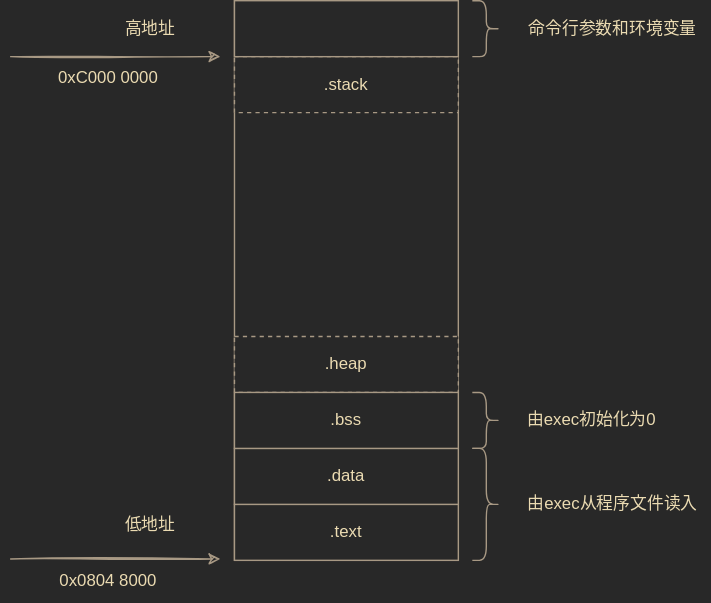
oliverdding/images keeps this draw.io diagram as binary-structure-of-c-program.drawio.svg. Above is the earlier version. Source tidied: cells renumbered, new cells last; positions are measured from the earlier drawing's top-left corner, leaving out a move shared by most shapes. Its diagram source:
```xml
<mxGraphModel background="#282828">
  <root>
    <mxCell id="0" />
    <mxCell id="1" parent="0" />
    <mxCell id="2" style="rounded=0;whiteSpace=wrap;html=1;sketch=0;fillColor=#282828;fillStyle=solid;strokeColor=#A89984;fontColor=#EBDBB2;" parent="1" vertex="1">
      <mxGeometry x="160" width="160" height="400" as="geometry" />
    </mxCell>
    <mxCell id="3" value=".stack" style="rounded=0;whiteSpace=wrap;html=1;sketch=0;fillStyle=solid;strokeColor=#A89984;fillColor=#282828;dashed=1;fontColor=#EBDBB2;" parent="1" vertex="1">
      <mxGeometry x="160" y="40" width="160" height="40" as="geometry" />
    </mxCell>
    <mxCell id="4" value=".text" style="rounded=0;whiteSpace=wrap;html=1;sketch=0;fillStyle=solid;strokeColor=#A89984;fillColor=#282828;fontColor=#EBDBB2;" parent="1" vertex="1">
      <mxGeometry x="160" y="360" width="160" height="40" as="geometry" />
    </mxCell>
    <mxCell id="5" value=".data" style="rounded=0;whiteSpace=wrap;html=1;sketch=0;fillStyle=solid;strokeColor=#A89984;fillColor=#282828;fontColor=#EBDBB2;" parent="1" vertex="1">
      <mxGeometry x="160" y="320" width="160" height="40" as="geometry" />
    </mxCell>
    <mxCell id="6" value=".heap" style="rounded=0;whiteSpace=wrap;html=1;sketch=0;fillStyle=solid;strokeColor=#A89984;fillColor=#282828;dashed=1;fontColor=#EBDBB2;" parent="1" vertex="1">
      <mxGeometry x="160" y="240" width="160" height="40" as="geometry" />
    </mxCell>
    <mxCell id="7" style="rounded=0;whiteSpace=wrap;html=1;sketch=0;fillStyle=solid;strokeColor=#A89984;fillColor=#282828;fontColor=#EBDBB2;" parent="1" vertex="1">
      <mxGeometry x="160" width="160" height="40" as="geometry" />
    </mxCell>
    <mxCell id="8" value=".bss" style="rounded=0;whiteSpace=wrap;html=1;sketch=0;fillStyle=solid;strokeColor=#A89984;fillColor=#282828;fontColor=#EBDBB2;" parent="1" vertex="1">
      <mxGeometry x="160" y="280" width="160" height="40" as="geometry" />
    </mxCell>
    <mxCell id="9" style="endArrow=classic;html=1;rounded=0;sketch=1;fontColor=#EBDBB2;labelBackgroundColor=none;strokeColor=#A89984;" parent="1" edge="1">
      <mxGeometry relative="1" as="geometry">
        <mxPoint y="40" as="sourcePoint" />
        <mxPoint x="150" y="40" as="targetPoint" />
      </mxGeometry>
    </mxCell>
    <mxCell id="10" style="endArrow=classic;html=1;rounded=0;sketch=1;fontColor=#EBDBB2;labelBackgroundColor=none;strokeColor=#A89984;" parent="1" edge="1">
      <mxGeometry relative="1" as="geometry">
        <mxPoint y="399" as="sourcePoint" />
        <mxPoint x="150" y="399" as="targetPoint" />
      </mxGeometry>
    </mxCell>
    <mxCell id="11" value="高地址" style="text;html=1;strokeColor=none;fillColor=none;align=center;verticalAlign=middle;whiteSpace=wrap;rounded=0;dashed=1;sketch=0;fillStyle=solid;fontColor=#EBDBB2;" parent="1" vertex="1">
      <mxGeometry x="70" y="5" width="60" height="30" as="geometry" />
    </mxCell>
    <mxCell id="12" value="低地址" style="text;html=1;strokeColor=none;fillColor=none;align=center;verticalAlign=middle;whiteSpace=wrap;rounded=0;dashed=1;sketch=0;fillStyle=solid;fontColor=#EBDBB2;" parent="1" vertex="1">
      <mxGeometry x="70" y="360" width="60" height="30" as="geometry" />
    </mxCell>
    <mxCell id="13" value="0xC000 0000" style="text;html=1;strokeColor=none;fillColor=none;align=center;verticalAlign=middle;whiteSpace=wrap;rounded=0;dashed=1;sketch=0;fillStyle=solid;fontColor=#EBDBB2;" parent="1" vertex="1">
      <mxGeometry x="10" y="40" width="120" height="30" as="geometry" />
    </mxCell>
    <mxCell id="14" value="0x0804 8000" style="text;html=1;strokeColor=none;fillColor=none;align=center;verticalAlign=middle;whiteSpace=wrap;rounded=0;dashed=1;sketch=0;fillStyle=solid;fontColor=#EBDBB2;" parent="1" vertex="1">
      <mxGeometry x="10" y="400" width="120" height="30" as="geometry" />
    </mxCell>
    <mxCell id="15" style="shape=curlyBracket;whiteSpace=wrap;html=1;rounded=1;flipH=1;sketch=0;fillStyle=solid;fontColor=#EBDBB2;strokeColor=#A89984;fillColor=#282828;" parent="1" vertex="1">
      <mxGeometry x="330" width="20" height="40" as="geometry" />
    </mxCell>
    <mxCell id="16" value="命令行参数和环境变量" style="text;html=1;align=center;verticalAlign=middle;strokeColor=none;fillColor=none;fontColor=#EBDBB2;" parent="1" vertex="1">
      <mxGeometry x="360" y="10" width="140" height="20" as="geometry" />
    </mxCell>
    <mxCell id="17" style="shape=curlyBracket;whiteSpace=wrap;html=1;rounded=1;flipH=1;sketch=0;fillStyle=solid;fontColor=#EBDBB2;strokeColor=#A89984;fillColor=#282828;" parent="1" vertex="1">
      <mxGeometry x="330" y="280" width="20" height="40" as="geometry" />
    </mxCell>
    <mxCell id="18" style="shape=curlyBracket;whiteSpace=wrap;html=1;rounded=1;flipH=1;sketch=0;fillStyle=solid;fontColor=#EBDBB2;strokeColor=#A89984;fillColor=#282828;" parent="1" vertex="1">
      <mxGeometry x="330" y="320" width="20" height="80" as="geometry" />
    </mxCell>
    <mxCell id="19" value="由exec初始化为0" style="text;html=1;align=center;verticalAlign=middle;strokeColor=none;fillColor=none;fontColor=#EBDBB2;" parent="1" vertex="1">
      <mxGeometry x="360" y="290" width="110" height="20" as="geometry" />
    </mxCell>
    <mxCell id="20" value="由exec从程序文件读入" style="text;html=1;align=center;verticalAlign=middle;strokeColor=none;fillColor=none;fontColor=#EBDBB2;" parent="1" vertex="1">
      <mxGeometry x="360" y="350" width="140" height="20" as="geometry" />
    </mxCell>
  </root>
</mxGraphModel>
```
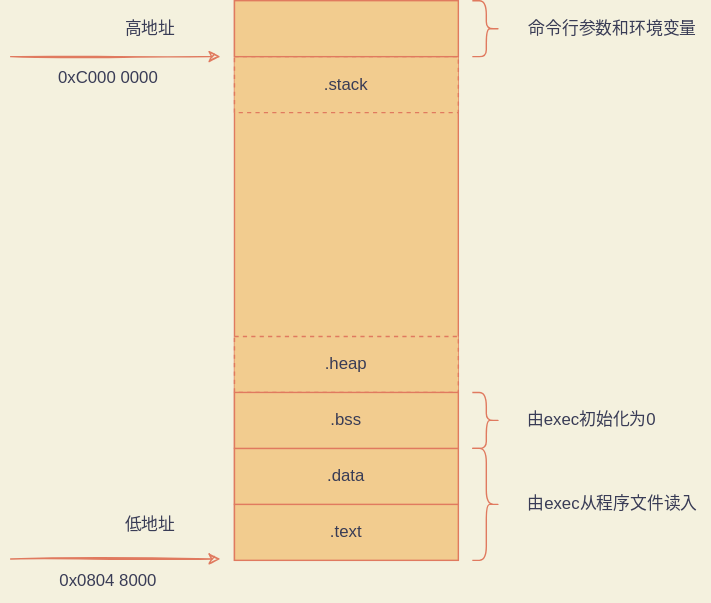
Above is the later version.

What changed in the source:
```diff
@@ -1,68 +1,68 @@
-<mxGraphModel background="#282828">
+<mxGraphModel background="#F4F1DE">
   <root>
     <mxCell id="0" />
     <mxCell id="1" parent="0" />
-    <mxCell id="2" style="rounded=0;whiteSpace=wrap;html=1;sketch=0;fillColor=#282828;fillStyle=solid;strokeColor=#A89984;fontColor=#EBDBB2;" parent="1" vertex="1">
+    <mxCell id="2" style="rounded=0;whiteSpace=wrap;html=1;sketch=0;fillColor=#F2CC8F;fillStyle=solid;strokeColor=#E07A5F;fontColor=#393C56;" parent="1" vertex="1">
       <mxGeometry x="160" width="160" height="400" as="geometry" />
     </mxCell>
-    <mxCell id="3" value=".stack" style="rounded=0;whiteSpace=wrap;html=1;sketch=0;fillStyle=solid;strokeColor=#A89984;fillColor=#282828;dashed=1;fontColor=#EBDBB2;" parent="1" vertex="1">
+    <mxCell id="3" value=".stack" style="rounded=0;whiteSpace=wrap;html=1;sketch=0;fillStyle=solid;strokeColor=#E07A5F;fillColor=#F2CC8F;dashed=1;fontColor=#393C56;" parent="1" vertex="1">
       <mxGeometry x="160" y="40" width="160" height="40" as="geometry" />
     </mxCell>
-    <mxCell id="4" value=".text" style="rounded=0;whiteSpace=wrap;html=1;sketch=0;fillStyle=solid;strokeColor=#A89984;fillColor=#282828;fontColor=#EBDBB2;" parent="1" vertex="1">
+    <mxCell id="4" value=".text" style="rounded=0;whiteSpace=wrap;html=1;sketch=0;fillStyle=solid;strokeColor=#E07A5F;fillColor=#F2CC8F;fontColor=#393C56;" parent="1" vertex="1">
       <mxGeometry x="160" y="360" width="160" height="40" as="geometry" />
     </mxCell>
-    <mxCell id="5" value=".data" style="rounded=0;whiteSpace=wrap;html=1;sketch=0;fillStyle=solid;strokeColor=#A89984;fillColor=#282828;fontColor=#EBDBB2;" parent="1" vertex="1">
+    <mxCell id="5" value=".data" style="rounded=0;whiteSpace=wrap;html=1;sketch=0;fillStyle=solid;strokeColor=#E07A5F;fillColor=#F2CC8F;fontColor=#393C56;" parent="1" vertex="1">
       <mxGeometry x="160" y="320" width="160" height="40" as="geometry" />
     </mxCell>
-    <mxCell id="6" value=".heap" style="rounded=0;whiteSpace=wrap;html=1;sketch=0;fillStyle=solid;strokeColor=#A89984;fillColor=#282828;dashed=1;fontColor=#EBDBB2;" parent="1" vertex="1">
+    <mxCell id="6" value=".heap" style="rounded=0;whiteSpace=wrap;html=1;sketch=0;fillStyle=solid;strokeColor=#E07A5F;fillColor=#F2CC8F;dashed=1;fontColor=#393C56;" parent="1" vertex="1">
       <mxGeometry x="160" y="240" width="160" height="40" as="geometry" />
     </mxCell>
-    <mxCell id="7" style="rounded=0;whiteSpace=wrap;html=1;sketch=0;fillStyle=solid;strokeColor=#A89984;fillColor=#282828;fontColor=#EBDBB2;" parent="1" vertex="1">
+    <mxCell id="7" style="rounded=0;whiteSpace=wrap;html=1;sketch=0;fillStyle=solid;strokeColor=#E07A5F;fillColor=#F2CC8F;fontColor=#393C56;" parent="1" vertex="1">
       <mxGeometry x="160" width="160" height="40" as="geometry" />
     </mxCell>
-    <mxCell id="8" value=".bss" style="rounded=0;whiteSpace=wrap;html=1;sketch=0;fillStyle=solid;strokeColor=#A89984;fillColor=#282828;fontColor=#EBDBB2;" parent="1" vertex="1">
+    <mxCell id="8" value=".bss" style="rounded=0;whiteSpace=wrap;html=1;sketch=0;fillStyle=solid;strokeColor=#E07A5F;fillColor=#F2CC8F;fontColor=#393C56;" parent="1" vertex="1">
       <mxGeometry x="160" y="280" width="160" height="40" as="geometry" />
     </mxCell>
-    <mxCell id="9" style="endArrow=classic;html=1;rounded=0;sketch=1;fontColor=#EBDBB2;labelBackgroundColor=none;strokeColor=#A89984;" parent="1" edge="1">
+    <mxCell id="9" style="endArrow=classic;html=1;rounded=0;sketch=1;fontColor=#393C56;labelBackgroundColor=none;strokeColor=#E07A5F;" parent="1" edge="1">
       <mxGeometry relative="1" as="geometry">
         <mxPoint y="40" as="sourcePoint" />
         <mxPoint x="150" y="40" as="targetPoint" />
       </mxGeometry>
     </mxCell>
-    <mxCell id="10" style="endArrow=classic;html=1;rounded=0;sketch=1;fontColor=#EBDBB2;labelBackgroundColor=none;strokeColor=#A89984;" parent="1" edge="1">
+    <mxCell id="10" style="endArrow=classic;html=1;rounded=0;sketch=1;fontColor=#393C56;labelBackgroundColor=none;strokeColor=#E07A5F;" parent="1" edge="1">
       <mxGeometry relative="1" as="geometry">
         <mxPoint y="399" as="sourcePoint" />
         <mxPoint x="150" y="399" as="targetPoint" />
       </mxGeometry>
     </mxCell>
-    <mxCell id="11" value="高地址" style="text;html=1;strokeColor=none;fillColor=none;align=center;verticalAlign=middle;whiteSpace=wrap;rounded=0;dashed=1;sketch=0;fillStyle=solid;fontColor=#EBDBB2;" parent="1" vertex="1">
+    <mxCell id="11" value="高地址" style="text;html=1;strokeColor=none;fillColor=none;align=center;verticalAlign=middle;whiteSpace=wrap;rounded=0;dashed=1;sketch=0;fillStyle=solid;fontColor=#393C56;" parent="1" vertex="1">
       <mxGeometry x="70" y="5" width="60" height="30" as="geometry" />
     </mxCell>
-    <mxCell id="12" value="低地址" style="text;html=1;strokeColor=none;fillColor=none;align=center;verticalAlign=middle;whiteSpace=wrap;rounded=0;dashed=1;sketch=0;fillStyle=solid;fontColor=#EBDBB2;" parent="1" vertex="1">
+    <mxCell id="12" value="低地址" style="text;html=1;strokeColor=none;fillColor=none;align=center;verticalAlign=middle;whiteSpace=wrap;rounded=0;dashed=1;sketch=0;fillStyle=solid;fontColor=#393C56;" parent="1" vertex="1">
       <mxGeometry x="70" y="360" width="60" height="30" as="geometry" />
     </mxCell>
-    <mxCell id="13" value="0xC000 0000" style="text;html=1;strokeColor=none;fillColor=none;align=center;verticalAlign=middle;whiteSpace=wrap;rounded=0;dashed=1;sketch=0;fillStyle=solid;fontColor=#EBDBB2;" parent="1" vertex="1">
+    <mxCell id="13" value="0xC000 0000" style="text;html=1;strokeColor=none;fillColor=none;align=center;verticalAlign=middle;whiteSpace=wrap;rounded=0;dashed=1;sketch=0;fillStyle=solid;fontColor=#393C56;" parent="1" vertex="1">
       <mxGeometry x="10" y="40" width="120" height="30" as="geometry" />
     </mxCell>
-    <mxCell id="14" value="0x0804 8000" style="text;html=1;strokeColor=none;fillColor=none;align=center;verticalAlign=middle;whiteSpace=wrap;rounded=0;dashed=1;sketch=0;fillStyle=solid;fontColor=#EBDBB2;" parent="1" vertex="1">
+    <mxCell id="14" value="0x0804 8000" style="text;html=1;strokeColor=none;fillColor=none;align=center;verticalAlign=middle;whiteSpace=wrap;rounded=0;dashed=1;sketch=0;fillStyle=solid;fontColor=#393C56;" parent="1" vertex="1">
       <mxGeometry x="10" y="400" width="120" height="30" as="geometry" />
     </mxCell>
-    <mxCell id="15" style="shape=curlyBracket;whiteSpace=wrap;html=1;rounded=1;flipH=1;sketch=0;fillStyle=solid;fontColor=#EBDBB2;strokeColor=#A89984;fillColor=#282828;" parent="1" vertex="1">
+    <mxCell id="15" style="shape=curlyBracket;whiteSpace=wrap;html=1;rounded=1;flipH=1;sketch=0;fillStyle=solid;fontColor=#393C56;strokeColor=#E07A5F;fillColor=#F2CC8F;" parent="1" vertex="1">
       <mxGeometry x="330" width="20" height="40" as="geometry" />
     </mxCell>
-    <mxCell id="16" value="命令行参数和环境变量" style="text;html=1;align=center;verticalAlign=middle;strokeColor=none;fillColor=none;fontColor=#EBDBB2;" parent="1" vertex="1">
+    <mxCell id="16" value="命令行参数和环境变量" style="text;html=1;align=center;verticalAlign=middle;strokeColor=none;fillColor=none;fontColor=#393C56;" parent="1" vertex="1">
       <mxGeometry x="360" y="10" width="140" height="20" as="geometry" />
     </mxCell>
-    <mxCell id="17" style="shape=curlyBracket;whiteSpace=wrap;html=1;rounded=1;flipH=1;sketch=0;fillStyle=solid;fontColor=#EBDBB2;strokeColor=#A89984;fillColor=#282828;" parent="1" vertex="1">
+    <mxCell id="17" style="shape=curlyBracket;whiteSpace=wrap;html=1;rounded=1;flipH=1;sketch=0;fillStyle=solid;fontColor=#393C56;strokeColor=#E07A5F;fillColor=#F2CC8F;" parent="1" vertex="1">
       <mxGeometry x="330" y="280" width="20" height="40" as="geometry" />
     </mxCell>
-    <mxCell id="18" style="shape=curlyBracket;whiteSpace=wrap;html=1;rounded=1;flipH=1;sketch=0;fillStyle=solid;fontColor=#EBDBB2;strokeColor=#A89984;fillColor=#282828;" parent="1" vertex="1">
+    <mxCell id="18" style="shape=curlyBracket;whiteSpace=wrap;html=1;rounded=1;flipH=1;sketch=0;fillStyle=solid;fontColor=#393C56;strokeColor=#E07A5F;fillColor=#F2CC8F;" parent="1" vertex="1">
       <mxGeometry x="330" y="320" width="20" height="80" as="geometry" />
     </mxCell>
-    <mxCell id="19" value="由exec初始化为0" style="text;html=1;align=center;verticalAlign=middle;strokeColor=none;fillColor=none;fontColor=#EBDBB2;" parent="1" vertex="1">
+    <mxCell id="19" value="由exec初始化为0" style="text;html=1;align=center;verticalAlign=middle;strokeColor=none;fillColor=none;fontColor=#393C56;" parent="1" vertex="1">
       <mxGeometry x="360" y="290" width="110" height="20" as="geometry" />
     </mxCell>
-    <mxCell id="20" value="由exec从程序文件读入" style="text;html=1;align=center;verticalAlign=middle;strokeColor=none;fillColor=none;fontColor=#EBDBB2;" parent="1" vertex="1">
+    <mxCell id="20" value="由exec从程序文件读入" style="text;html=1;align=center;verticalAlign=middle;strokeColor=none;fillColor=none;fontColor=#393C56;" parent="1" vertex="1">
       <mxGeometry x="360" y="350" width="140" height="20" as="geometry" />
     </mxCell>
   </root>
```
